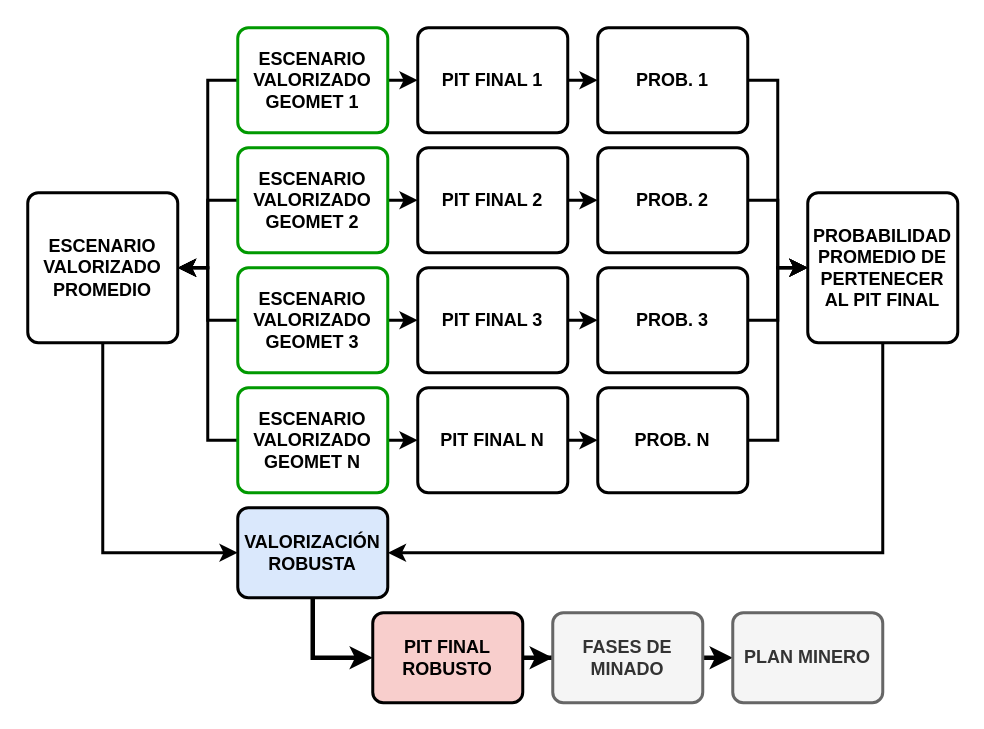
Above: FLUJO_GEOMET_PLANNING.drawio in heberallin/Trabajos (draw.io), before the change. Source tidied: cells renumbered, new cells numbered last; positions are measured from the earlier drawing's top-left corner, leaving out a move shared by most shapes. Both pictures are drawn from the tidied source at 150%, with x=0, y=0 at pixel (27, 27).
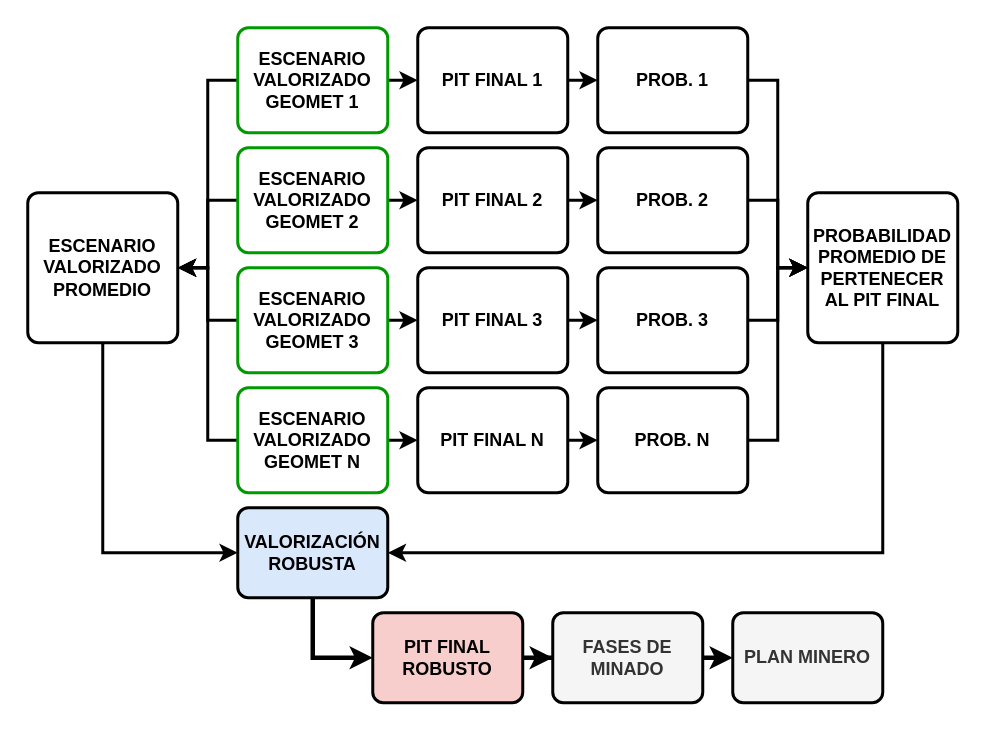
Above is the later version.

Change to the diagram source:
```diff
@@
-    <mxCell id="39" value="FASES DE MINADO" style="rounded=1;whiteSpace=wrap;html=1;absoluteArcSize=1;arcSize=14;strokeWidth=2;fontStyle=1;glass=0;shadow=0;fillColor=#f5f5f5;fontColor=#333333;strokeColor=#666666;" parent="1" vertex="1">
+    <mxCell id="39" value="FASES DE MINADO" style="rounded=1;whiteSpace=wrap;html=1;absoluteArcSize=1;arcSize=14;strokeWidth=2;fontStyle=1;glass=0;shadow=0;fillColor=#f5f5f5;fontColor=#333333;strokeColor=#000000;" parent="1" vertex="1">
       <mxGeometry x="350" y="390" width="100" height="60" as="geometry" />
     </mxCell>
-    <mxCell id="40" value="PLAN MINERO" style="rounded=1;whiteSpace=wrap;html=1;absoluteArcSize=1;arcSize=14;strokeWidth=2;fontStyle=1;glass=0;shadow=0;fillColor=#f5f5f5;fontColor=#333333;strokeColor=#666666;" parent="1" vertex="1">
+    <mxCell id="40" value="PLAN MINERO" style="rounded=1;whiteSpace=wrap;html=1;absoluteArcSize=1;arcSize=14;strokeWidth=2;fontStyle=1;glass=0;shadow=0;fillColor=#f5f5f5;fontColor=#333333;strokeColor=#000000;" parent="1" vertex="1">
       <mxGeometry x="470" y="390" width="100" height="60" as="geometry" />
     </mxCell>
```
